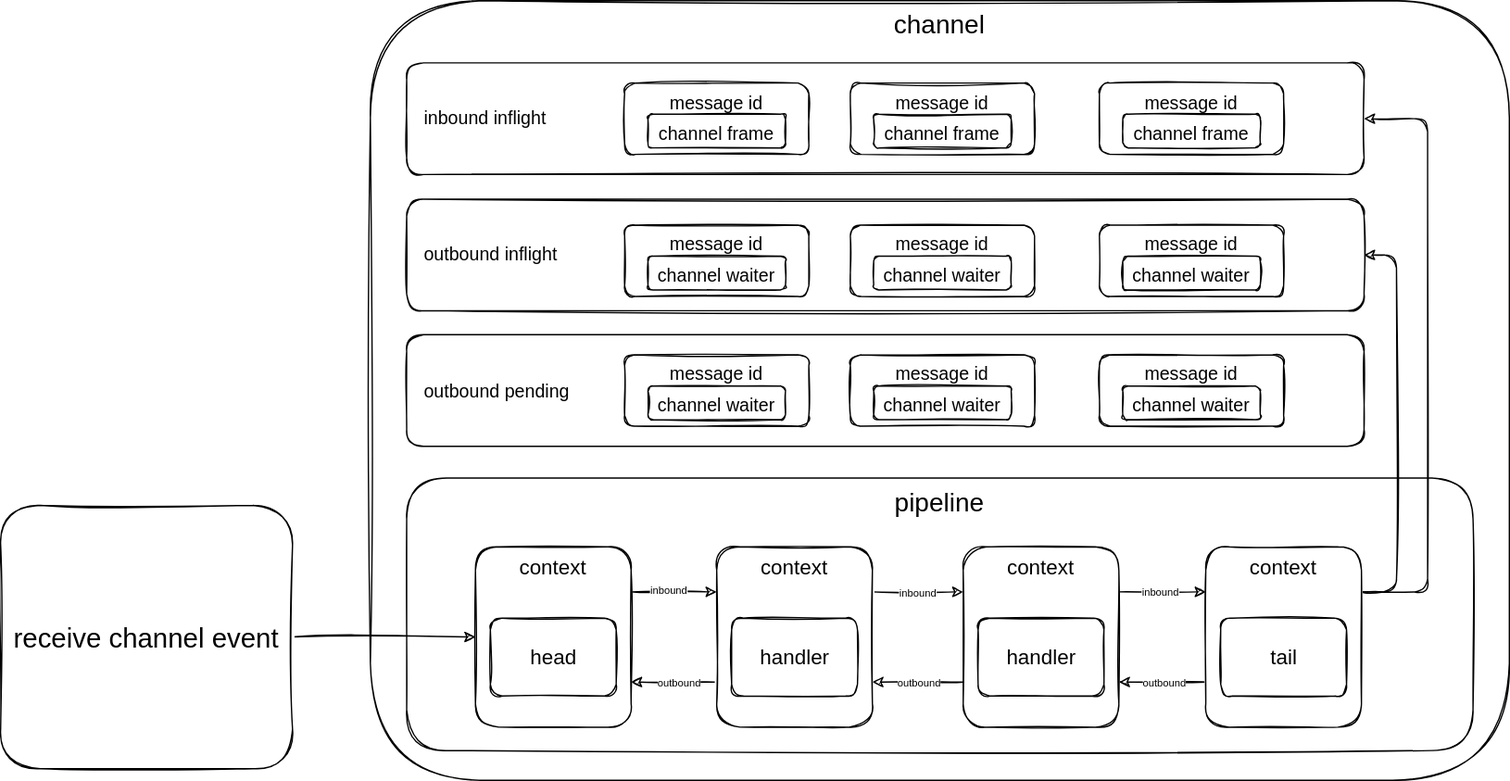
Earlier version of the draw.io export docs/_assets/images/pipeline.drawio.svg (otavia-projects/otavia). Source tidied: cells renumbered, new cells last; positions are measured from the earlier drawing's top-left corner, leaving out a move shared by most shapes. The source it was exported from:
```xml
<mxGraphModel>
  <root>
    <mxCell id="0" />
    <mxCell id="1" parent="0" />
    <mxCell id="2" value="&lt;font style=&quot;font-size: 20px&quot;&gt;channel&lt;/font&gt;" style="rounded=1;whiteSpace=wrap;html=1;verticalAlign=top;sketch=1;" parent="1" vertex="1">
      <mxGeometry x="285" width="878" height="601" as="geometry" />
    </mxCell>
    <mxCell id="3" value="&lt;font style=&quot;font-size: 20px&quot;&gt;pipeline&lt;/font&gt;" style="rounded=1;whiteSpace=wrap;html=1;verticalAlign=top;sketch=1;" parent="1" vertex="1">
      <mxGeometry x="313" y="368" width="822" height="210" as="geometry" />
    </mxCell>
    <mxCell id="4" style="edgeStyle=orthogonalEdgeStyle;rounded=1;jettySize=auto;html=1;exitX=1;exitY=0.25;exitDx=0;exitDy=0;entryX=0;entryY=0.25;entryDx=0;entryDy=0;fontSize=16;sketch=1;" parent="1" edge="1" source="6" target="12">
      <mxGeometry relative="1" as="geometry" />
    </mxCell>
    <mxCell id="5" value="inbound" style="edgeLabel;html=1;align=center;verticalAlign=middle;fontSize=8;rounded=1;sketch=1;" parent="4" vertex="1">
      <mxGeometry x="-0.27" relative="1" as="geometry">
        <mxPoint x="4" y="-1" as="offset" />
      </mxGeometry>
    </mxCell>
    <mxCell id="6" value="&lt;font style=&quot;font-size: 16px&quot;&gt;context&lt;/font&gt;" style="rounded=1;whiteSpace=wrap;html=1;verticalAlign=top;sketch=1;" parent="1" vertex="1">
      <mxGeometry x="366" y="421" width="120" height="139" as="geometry" />
    </mxCell>
    <mxCell id="7" value="head" style="rounded=1;whiteSpace=wrap;html=1;fontSize=16;verticalAlign=middle;sketch=1;" parent="1" vertex="1">
      <mxGeometry x="377.5" y="476" width="97" height="60" as="geometry" />
    </mxCell>
    <mxCell id="8" style="edgeStyle=orthogonalEdgeStyle;rounded=1;jettySize=auto;html=1;exitX=1;exitY=0.25;exitDx=0;exitDy=0;entryX=0;entryY=0.25;entryDx=0;entryDy=0;fontSize=16;sketch=1;" parent="1" edge="1" source="12" target="18">
      <mxGeometry relative="1" as="geometry" />
    </mxCell>
    <mxCell id="9" value="inbound" style="edgeLabel;html=1;align=center;verticalAlign=middle;fontSize=8;rounded=1;sketch=1;" parent="8" vertex="1">
      <mxGeometry x="-0.13" relative="1" as="geometry">
        <mxPoint x="4" y="1" as="offset" />
      </mxGeometry>
    </mxCell>
    <mxCell id="10" style="edgeStyle=orthogonalEdgeStyle;rounded=1;jettySize=auto;html=1;exitX=0;exitY=0.75;exitDx=0;exitDy=0;entryX=1;entryY=0.75;entryDx=0;entryDy=0;fontSize=16;sketch=1;" parent="1" edge="1" source="12" target="6">
      <mxGeometry relative="1" as="geometry" />
    </mxCell>
    <mxCell id="11" value="outbound" style="edgeLabel;html=1;align=center;verticalAlign=middle;fontSize=8;rounded=1;sketch=1;" parent="10" vertex="1">
      <mxGeometry x="0.13" relative="1" as="geometry">
        <mxPoint x="7" as="offset" />
      </mxGeometry>
    </mxCell>
    <mxCell id="12" value="&lt;font style=&quot;font-size: 16px&quot;&gt;context&lt;/font&gt;" style="rounded=1;whiteSpace=wrap;html=1;verticalAlign=top;sketch=1;" parent="1" vertex="1">
      <mxGeometry x="552" y="421" width="120" height="139" as="geometry" />
    </mxCell>
    <mxCell id="13" value="handler" style="rounded=1;whiteSpace=wrap;html=1;fontSize=16;verticalAlign=middle;sketch=1;" parent="1" vertex="1">
      <mxGeometry x="563.5" y="476" width="97" height="60" as="geometry" />
    </mxCell>
    <mxCell id="14" style="edgeStyle=orthogonalEdgeStyle;rounded=1;jettySize=auto;html=1;exitX=1;exitY=0.25;exitDx=0;exitDy=0;entryX=0;entryY=0.25;entryDx=0;entryDy=0;fontSize=16;sketch=1;" parent="1" edge="1" source="18" target="24">
      <mxGeometry relative="1" as="geometry" />
    </mxCell>
    <mxCell id="15" value="inbound" style="edgeLabel;html=1;align=center;verticalAlign=middle;fontSize=8;rounded=1;sketch=1;" parent="14" vertex="1">
      <mxGeometry x="-0.36" relative="1" as="geometry">
        <mxPoint x="9" as="offset" />
      </mxGeometry>
    </mxCell>
    <mxCell id="16" style="edgeStyle=orthogonalEdgeStyle;rounded=1;jettySize=auto;html=1;exitX=0;exitY=0.75;exitDx=0;exitDy=0;entryX=1;entryY=0.75;entryDx=0;entryDy=0;fontSize=16;sketch=1;" parent="1" edge="1" source="18" target="12">
      <mxGeometry relative="1" as="geometry" />
    </mxCell>
    <mxCell id="17" value="outbound" style="edgeLabel;html=1;align=center;verticalAlign=middle;fontSize=8;rounded=1;sketch=1;" parent="16" vertex="1">
      <mxGeometry x="0.15" relative="1" as="geometry">
        <mxPoint x="5" as="offset" />
      </mxGeometry>
    </mxCell>
    <mxCell id="18" value="&lt;font style=&quot;font-size: 16px&quot;&gt;context&lt;/font&gt;" style="rounded=1;whiteSpace=wrap;html=1;verticalAlign=top;sketch=1;" parent="1" vertex="1">
      <mxGeometry x="742" y="421" width="120" height="139" as="geometry" />
    </mxCell>
    <mxCell id="19" value="handler" style="rounded=1;whiteSpace=wrap;html=1;fontSize=16;verticalAlign=middle;sketch=1;" parent="1" vertex="1">
      <mxGeometry x="753.5" y="476" width="97" height="60" as="geometry" />
    </mxCell>
    <mxCell id="20" style="edgeStyle=orthogonalEdgeStyle;rounded=1;jettySize=auto;html=1;exitX=0;exitY=0.75;exitDx=0;exitDy=0;entryX=1;entryY=0.75;entryDx=0;entryDy=0;fontSize=16;sketch=1;" parent="1" edge="1" source="24" target="18">
      <mxGeometry relative="1" as="geometry" />
    </mxCell>
    <mxCell id="21" value="outbound" style="edgeLabel;html=1;align=center;verticalAlign=middle;fontSize=8;rounded=1;sketch=1;" parent="20" vertex="1">
      <mxGeometry x="0.19" relative="1" as="geometry">
        <mxPoint x="7" as="offset" />
      </mxGeometry>
    </mxCell>
    <mxCell id="22" style="edgeStyle=orthogonalEdgeStyle;rounded=1;jettySize=auto;html=1;exitX=1;exitY=0.25;exitDx=0;exitDy=0;entryX=1;entryY=0.5;entryDx=0;entryDy=0;sketch=1;" parent="1" edge="1" source="24" target="27">
      <mxGeometry relative="1" as="geometry">
        <Array as="points">
          <mxPoint x="1076" y="456" />
          <mxPoint x="1076" y="196" />
        </Array>
      </mxGeometry>
    </mxCell>
    <mxCell id="23" style="edgeStyle=orthogonalEdgeStyle;rounded=1;jettySize=auto;html=1;exitX=1;exitY=0.25;exitDx=0;exitDy=0;entryX=1;entryY=0.5;entryDx=0;entryDy=0;sketch=1;" parent="1" edge="1" source="24" target="26">
      <mxGeometry relative="1" as="geometry">
        <Array as="points">
          <mxPoint x="1100" y="456" />
          <mxPoint x="1100" y="91" />
        </Array>
      </mxGeometry>
    </mxCell>
    <mxCell id="24" value="&lt;font style=&quot;font-size: 16px&quot;&gt;context&lt;/font&gt;" style="rounded=1;whiteSpace=wrap;html=1;verticalAlign=top;sketch=1;" parent="1" vertex="1">
      <mxGeometry x="929" y="421" width="120" height="139" as="geometry" />
    </mxCell>
    <mxCell id="25" value="tail" style="rounded=1;whiteSpace=wrap;html=1;fontSize=16;verticalAlign=middle;sketch=1;" parent="1" vertex="1">
      <mxGeometry x="940.5" y="476" width="97" height="60" as="geometry" />
    </mxCell>
    <mxCell id="26" value="&lt;font style=&quot;font-size: 14px&quot;&gt;&amp;nbsp; &amp;nbsp;inbound inflight&lt;/font&gt;" style="rounded=1;whiteSpace=wrap;html=1;fontSize=8;verticalAlign=middle;align=left;sketch=1;" parent="1" vertex="1">
      <mxGeometry x="313" y="48" width="738" height="86" as="geometry" />
    </mxCell>
    <mxCell id="27" value="&lt;font style=&quot;font-size: 14px&quot;&gt;&amp;nbsp; &amp;nbsp;outbound inflight&lt;/font&gt;" style="rounded=1;whiteSpace=wrap;html=1;fontSize=8;verticalAlign=middle;align=left;sketch=1;" parent="1" vertex="1">
      <mxGeometry x="313" y="153" width="738" height="86" as="geometry" />
    </mxCell>
    <mxCell id="28" value="&lt;font style=&quot;font-size: 14px&quot;&gt;&amp;nbsp; &amp;nbsp;outbound pending&lt;/font&gt;" style="rounded=1;whiteSpace=wrap;html=1;fontSize=8;verticalAlign=middle;align=left;sketch=1;" parent="1" vertex="1">
      <mxGeometry x="313" y="257.5" width="738" height="86" as="geometry" />
    </mxCell>
    <mxCell id="29" value="message id" style="rounded=1;whiteSpace=wrap;html=1;fontSize=14;verticalAlign=top;sketch=1;" parent="1" vertex="1">
      <mxGeometry x="481" y="63.5" width="142" height="55" as="geometry" />
    </mxCell>
    <mxCell id="30" value="channel frame" style="rounded=1;whiteSpace=wrap;html=1;fontSize=14;verticalAlign=top;sketch=1;" parent="1" vertex="1">
      <mxGeometry x="499" y="87.5" width="106" height="26" as="geometry" />
    </mxCell>
    <mxCell id="31" value="message id" style="rounded=1;whiteSpace=wrap;html=1;fontSize=14;verticalAlign=top;sketch=1;" parent="1" vertex="1">
      <mxGeometry x="655" y="63.5" width="142" height="55" as="geometry" />
    </mxCell>
    <mxCell id="32" value="channel frame" style="rounded=1;whiteSpace=wrap;html=1;fontSize=14;verticalAlign=top;sketch=1;" parent="1" vertex="1">
      <mxGeometry x="673" y="87.5" width="106" height="26" as="geometry" />
    </mxCell>
    <mxCell id="33" value="message id" style="rounded=1;whiteSpace=wrap;html=1;fontSize=14;verticalAlign=top;sketch=1;" parent="1" vertex="1">
      <mxGeometry x="847" y="63.5" width="142" height="55" as="geometry" />
    </mxCell>
    <mxCell id="34" value="channel frame" style="rounded=1;whiteSpace=wrap;html=1;fontSize=14;verticalAlign=top;sketch=1;" parent="1" vertex="1">
      <mxGeometry x="865" y="87.5" width="106" height="26" as="geometry" />
    </mxCell>
    <mxCell id="35" value="message id" style="rounded=1;whiteSpace=wrap;html=1;fontSize=14;verticalAlign=top;sketch=1;" parent="1" vertex="1">
      <mxGeometry x="481" y="173" width="142" height="55" as="geometry" />
    </mxCell>
    <mxCell id="36" value="channel waiter" style="rounded=1;whiteSpace=wrap;html=1;fontSize=14;verticalAlign=top;sketch=1;" parent="1" vertex="1">
      <mxGeometry x="499" y="197" width="106" height="26" as="geometry" />
    </mxCell>
    <mxCell id="37" value="message id" style="rounded=1;whiteSpace=wrap;html=1;fontSize=14;verticalAlign=top;sketch=1;" parent="1" vertex="1">
      <mxGeometry x="655" y="173" width="142" height="55" as="geometry" />
    </mxCell>
    <mxCell id="38" value="channel waiter" style="rounded=1;whiteSpace=wrap;html=1;fontSize=14;verticalAlign=top;sketch=1;" parent="1" vertex="1">
      <mxGeometry x="673" y="197" width="106" height="26" as="geometry" />
    </mxCell>
    <mxCell id="39" value="message id" style="rounded=1;whiteSpace=wrap;html=1;fontSize=14;verticalAlign=top;sketch=1;" parent="1" vertex="1">
      <mxGeometry x="847" y="173" width="142" height="55" as="geometry" />
    </mxCell>
    <mxCell id="40" value="channel waiter" style="rounded=1;whiteSpace=wrap;html=1;fontSize=14;verticalAlign=top;sketch=1;" parent="1" vertex="1">
      <mxGeometry x="865" y="197" width="106" height="26" as="geometry" />
    </mxCell>
    <mxCell id="41" value="message id" style="rounded=1;whiteSpace=wrap;html=1;fontSize=14;verticalAlign=top;sketch=1;" parent="1" vertex="1">
      <mxGeometry x="481" y="273" width="142" height="55" as="geometry" />
    </mxCell>
    <mxCell id="42" value="channel waiter" style="rounded=1;whiteSpace=wrap;html=1;fontSize=14;verticalAlign=top;sketch=1;" parent="1" vertex="1">
      <mxGeometry x="499" y="297" width="106" height="26" as="geometry" />
    </mxCell>
    <mxCell id="43" value="message id" style="rounded=1;whiteSpace=wrap;html=1;fontSize=14;verticalAlign=top;sketch=1;" parent="1" vertex="1">
      <mxGeometry x="655" y="273" width="142" height="55" as="geometry" />
    </mxCell>
    <mxCell id="44" value="channel waiter" style="rounded=1;whiteSpace=wrap;html=1;fontSize=14;verticalAlign=top;sketch=1;" parent="1" vertex="1">
      <mxGeometry x="673" y="297" width="106" height="26" as="geometry" />
    </mxCell>
    <mxCell id="45" value="message id" style="rounded=1;whiteSpace=wrap;html=1;fontSize=14;verticalAlign=top;sketch=1;" parent="1" vertex="1">
      <mxGeometry x="847" y="273" width="142" height="55" as="geometry" />
    </mxCell>
    <mxCell id="46" value="channel waiter" style="rounded=1;whiteSpace=wrap;html=1;fontSize=14;verticalAlign=top;sketch=1;" parent="1" vertex="1">
      <mxGeometry x="865" y="297" width="106" height="26" as="geometry" />
    </mxCell>
    <mxCell id="47" style="edgeStyle=orthogonalEdgeStyle;rounded=1;jettySize=auto;html=1;fontSize=21;sketch=1;" parent="1" edge="1" source="48" target="6">
      <mxGeometry relative="1" as="geometry" />
    </mxCell>
    <mxCell id="48" value="&lt;font style=&quot;font-size: 21px&quot;&gt;receive channel event&lt;/font&gt;" style="rounded=1;whiteSpace=wrap;html=1;sketch=1;" parent="1" vertex="1">
      <mxGeometry y="389" width="225" height="203" as="geometry" />
    </mxCell>
  </root>
</mxGraphModel>
```
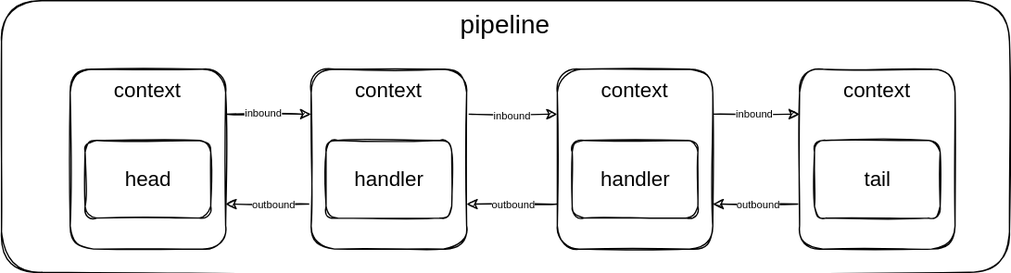
Above is the later version.

Change to the diagram source:
```diff
@@ -2,11 +2,8 @@
   <root>
     <mxCell id="0" />
     <mxCell id="1" parent="0" />
-    <mxCell id="2" value="&lt;font style=&quot;font-size: 20px&quot;&gt;channel&lt;/font&gt;" style="rounded=1;whiteSpace=wrap;html=1;verticalAlign=top;sketch=1;" parent="1" vertex="1">
-      <mxGeometry x="285" width="878" height="601" as="geometry" />
-    </mxCell>
     <mxCell id="3" value="&lt;font style=&quot;font-size: 20px&quot;&gt;pipeline&lt;/font&gt;" style="rounded=1;whiteSpace=wrap;html=1;verticalAlign=top;sketch=1;" parent="1" vertex="1">
-      <mxGeometry x="313" y="368" width="822" height="210" as="geometry" />
+      <mxGeometry x="313" y="368" width="778" height="210" as="geometry" />
     </mxCell>
     <mxCell id="4" style="edgeStyle=orthogonalEdgeStyle;rounded=1;jettySize=auto;html=1;exitX=1;exitY=0.25;exitDx=0;exitDy=0;entryX=0;entryY=0.25;entryDx=0;entryDy=0;fontSize=16;sketch=1;" parent="1" edge="1" source="6" target="12">
       <mxGeometry relative="1" as="geometry" />
@@ -74,96 +71,11 @@
         <mxPoint x="7" as="offset" />
       </mxGeometry>
     </mxCell>
-    <mxCell id="22" style="edgeStyle=orthogonalEdgeStyle;rounded=1;jettySize=auto;html=1;exitX=1;exitY=0.25;exitDx=0;exitDy=0;entryX=1;entryY=0.5;entryDx=0;entryDy=0;sketch=1;" parent="1" edge="1" source="24" target="27">
-      <mxGeometry relative="1" as="geometry">
-        <Array as="points">
-          <mxPoint x="1076" y="456" />
-          <mxPoint x="1076" y="196" />
-        </Array>
-      </mxGeometry>
-    </mxCell>
-    <mxCell id="23" style="edgeStyle=orthogonalEdgeStyle;rounded=1;jettySize=auto;html=1;exitX=1;exitY=0.25;exitDx=0;exitDy=0;entryX=1;entryY=0.5;entryDx=0;entryDy=0;sketch=1;" parent="1" edge="1" source="24" target="26">
-      <mxGeometry relative="1" as="geometry">
-        <Array as="points">
-          <mxPoint x="1100" y="456" />
-          <mxPoint x="1100" y="91" />
-        </Array>
-      </mxGeometry>
-    </mxCell>
     <mxCell id="24" value="&lt;font style=&quot;font-size: 16px&quot;&gt;context&lt;/font&gt;" style="rounded=1;whiteSpace=wrap;html=1;verticalAlign=top;sketch=1;" parent="1" vertex="1">
       <mxGeometry x="929" y="421" width="120" height="139" as="geometry" />
     </mxCell>
     <mxCell id="25" value="tail" style="rounded=1;whiteSpace=wrap;html=1;fontSize=16;verticalAlign=middle;sketch=1;" parent="1" vertex="1">
       <mxGeometry x="940.5" y="476" width="97" height="60" as="geometry" />
     </mxCell>
-    <mxCell id="26" value="&lt;font style=&quot;font-size: 14px&quot;&gt;&amp;nbsp; &amp;nbsp;inbound inflight&lt;/font&gt;" style="rounded=1;whiteSpace=wrap;html=1;fontSize=8;verticalAlign=middle;align=left;sketch=1;" parent="1" vertex="1">
-      <mxGeometry x="313" y="48" width="738" height="86" as="geometry" />
-    </mxCell>
-    <mxCell id="27" value="&lt;font style=&quot;font-size: 14px&quot;&gt;&amp;nbsp; &amp;nbsp;outbound inflight&lt;/font&gt;" style="rounded=1;whiteSpace=wrap;html=1;fontSize=8;verticalAlign=middle;align=left;sketch=1;" parent="1" vertex="1">
-      <mxGeometry x="313" y="153" width="738" height="86" as="geometry" />
-    </mxCell>
-    <mxCell id="28" value="&lt;font style=&quot;font-size: 14px&quot;&gt;&amp;nbsp; &amp;nbsp;outbound pending&lt;/font&gt;" style="rounded=1;whiteSpace=wrap;html=1;fontSize=8;verticalAlign=middle;align=left;sketch=1;" parent="1" vertex="1">
-      <mxGeometry x="313" y="257.5" width="738" height="86" as="geometry" />
-    </mxCell>
-    <mxCell id="29" value="message id" style="rounded=1;whiteSpace=wrap;html=1;fontSize=14;verticalAlign=top;sketch=1;" parent="1" vertex="1">
-      <mxGeometry x="481" y="63.5" width="142" height="55" as="geometry" />
-    </mxCell>
-    <mxCell id="30" value="channel frame" style="rounded=1;whiteSpace=wrap;html=1;fontSize=14;verticalAlign=top;sketch=1;" parent="1" vertex="1">
-      <mxGeometry x="499" y="87.5" width="106" height="26" as="geometry" />
-    </mxCell>
-    <mxCell id="31" value="message id" style="rounded=1;whiteSpace=wrap;html=1;fontSize=14;verticalAlign=top;sketch=1;" parent="1" vertex="1">
-      <mxGeometry x="655" y="63.5" width="142" height="55" as="geometry" />
-    </mxCell>
-    <mxCell id="32" value="channel frame" style="rounded=1;whiteSpace=wrap;html=1;fontSize=14;verticalAlign=top;sketch=1;" parent="1" vertex="1">
-      <mxGeometry x="673" y="87.5" width="106" height="26" as="geometry" />
-    </mxCell>
-    <mxCell id="33" value="message id" style="rounded=1;whiteSpace=wrap;html=1;fontSize=14;verticalAlign=top;sketch=1;" parent="1" vertex="1">
-      <mxGeometry x="847" y="63.5" width="142" height="55" as="geometry" />
-    </mxCell>
-    <mxCell id="34" value="channel frame" style="rounded=1;whiteSpace=wrap;html=1;fontSize=14;verticalAlign=top;sketch=1;" parent="1" vertex="1">
-      <mxGeometry x="865" y="87.5" width="106" height="26" as="geometry" />
-    </mxCell>
-    <mxCell id="35" value="message id" style="rounded=1;whiteSpace=wrap;html=1;fontSize=14;verticalAlign=top;sketch=1;" parent="1" vertex="1">
-      <mxGeometry x="481" y="173" width="142" height="55" as="geometry" />
-    </mxCell>
-    <mxCell id="36" value="channel waiter" style="rounded=1;whiteSpace=wrap;html=1;fontSize=14;verticalAlign=top;sketch=1;" parent="1" vertex="1">
-      <mxGeometry x="499" y="197" width="106" height="26" as="geometry" />
-    </mxCell>
-    <mxCell id="37" value="message id" style="rounded=1;whiteSpace=wrap;html=1;fontSize=14;verticalAlign=top;sketch=1;" parent="1" vertex="1">
-      <mxGeometry x="655" y="173" width="142" height="55" as="geometry" />
-    </mxCell>
-    <mxCell id="38" value="channel waiter" style="rounded=1;whiteSpace=wrap;html=1;fontSize=14;verticalAlign=top;sketch=1;" parent="1" vertex="1">
-      <mxGeometry x="673" y="197" width="106" height="26" as="geometry" />
-    </mxCell>
-    <mxCell id="39" value="message id" style="rounded=1;whiteSpace=wrap;html=1;fontSize=14;verticalAlign=top;sketch=1;" parent="1" vertex="1">
-      <mxGeometry x="847" y="173" width="142" height="55" as="geometry" />
-    </mxCell>
-    <mxCell id="40" value="channel waiter" style="rounded=1;whiteSpace=wrap;html=1;fontSize=14;verticalAlign=top;sketch=1;" parent="1" vertex="1">
-      <mxGeometry x="865" y="197" width="106" height="26" as="geometry" />
-    </mxCell>
-    <mxCell id="41" value="message id" style="rounded=1;whiteSpace=wrap;html=1;fontSize=14;verticalAlign=top;sketch=1;" parent="1" vertex="1">
-      <mxGeometry x="481" y="273" width="142" height="55" as="geometry" />
-    </mxCell>
-    <mxCell id="42" value="channel waiter" style="rounded=1;whiteSpace=wrap;html=1;fontSize=14;verticalAlign=top;sketch=1;" parent="1" vertex="1">
-      <mxGeometry x="499" y="297" width="106" height="26" as="geometry" />
-    </mxCell>
-    <mxCell id="43" value="message id" style="rounded=1;whiteSpace=wrap;html=1;fontSize=14;verticalAlign=top;sketch=1;" parent="1" vertex="1">
-      <mxGeometry x="655" y="273" width="142" height="55" as="geometry" />
-    </mxCell>
-    <mxCell id="44" value="channel waiter" style="rounded=1;whiteSpace=wrap;html=1;fontSize=14;verticalAlign=top;sketch=1;" parent="1" vertex="1">
-      <mxGeometry x="673" y="297" width="106" height="26" as="geometry" />
-    </mxCell>
-    <mxCell id="45" value="message id" style="rounded=1;whiteSpace=wrap;html=1;fontSize=14;verticalAlign=top;sketch=1;" parent="1" vertex="1">
-      <mxGeometry x="847" y="273" width="142" height="55" as="geometry" />
-    </mxCell>
-    <mxCell id="46" value="channel waiter" style="rounded=1;whiteSpace=wrap;html=1;fontSize=14;verticalAlign=top;sketch=1;" parent="1" vertex="1">
-      <mxGeometry x="865" y="297" width="106" height="26" as="geometry" />
-    </mxCell>
-    <mxCell id="47" style="edgeStyle=orthogonalEdgeStyle;rounded=1;jettySize=auto;html=1;fontSize=21;sketch=1;" parent="1" edge="1" source="48" target="6">
-      <mxGeometry relative="1" as="geometry" />
-    </mxCell>
-    <mxCell id="48" value="&lt;font style=&quot;font-size: 21px&quot;&gt;receive channel event&lt;/font&gt;" style="rounded=1;whiteSpace=wrap;html=1;sketch=1;" parent="1" vertex="1">
-      <mxGeometry y="389" width="225" height="203" as="geometry" />
-    </mxCell>
   </root>
 </mxGraphModel>
```
